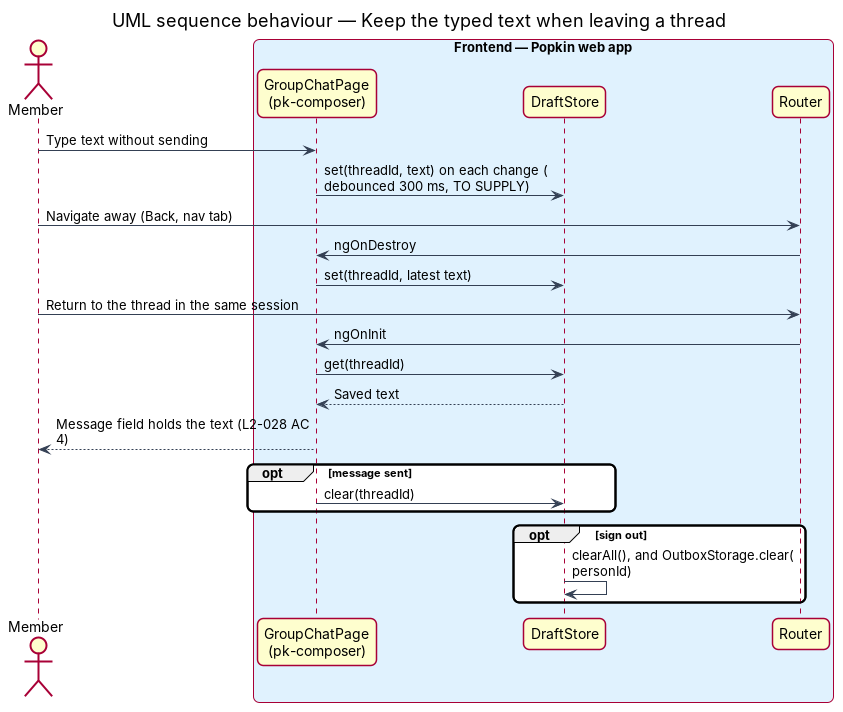
The PlantUML diagram docs/detailed-designs/chat/failed-messages/diagrams/sequence-keep-draft.png in QuinntyneBrown/popkin, before a commit. Its source is kept beside it as docs/detailed-designs/chat/failed-messages/diagrams/sequence-keep-draft.puml. Its diagram source:
```plantuml
@startuml
title UML sequence behaviour — Keep the typed text when leaving a thread
skinparam backgroundColor #FFFFFF
skinparam shadowing false
skinparam roundcorner 12
skinparam defaultFontName Arial
skinparam ArrowColor #344054
skinparam maxMessageSize 260
skinparam rectangle {
  BorderColor #344054
  FontColor #101828
}
skinparam package {
  BorderColor #667085
  FontColor #101828
  BackgroundColor #F9FAFB
}

actor "Member" as actor
box "Frontend — Popkin web app" #E0F2FE
  participant "GroupChatPage\n(pk-composer)" as page
  participant "DraftStore" as drafts
  participant "Router" as router
end box
actor -> page : Type text without sending
page -> drafts : set(threadId, text) on each change (debounced 300 ms, TO SUPPLY)
actor -> router : Navigate away (Back, nav tab)
router -> page : ngOnDestroy
page -> drafts : set(threadId, latest text)
actor -> router : Return to the thread in the same session
router -> page : ngOnInit
page -> drafts : get(threadId)
drafts --> page : Saved text
page --> actor : Message field holds the text (L2-028 AC4)
opt message sent
  page -> drafts : clear(threadId)
end
opt sign out
  drafts -> drafts : clearAll(), and OutboxStorage.clear(personId)
end
@enduml
```
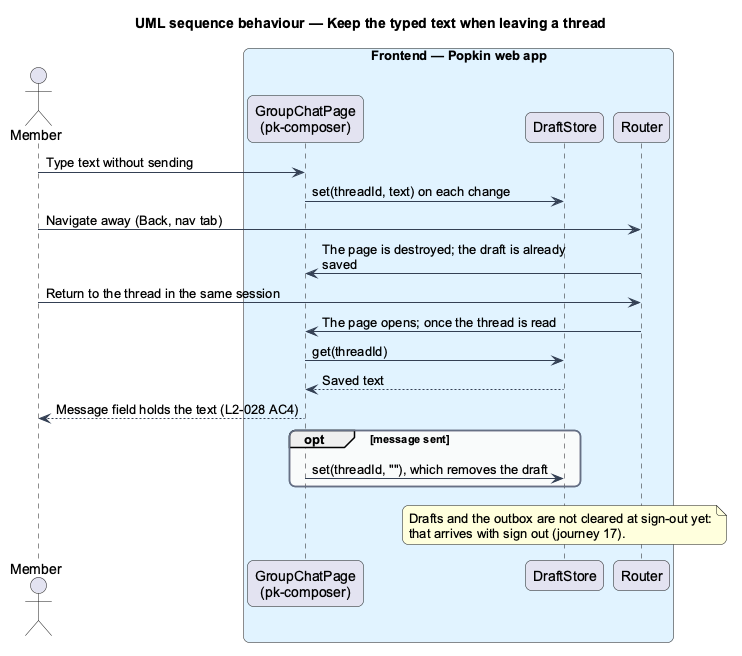
The same diagram one commit later.

What changed in the source:
```diff
@@ -23,19 +23,16 @@
   participant "Router" as router
 end box
 actor -> page : Type text without sending
-page -> drafts : set(threadId, text) on each change (debounced 300 ms, TO SUPPLY)
+page -> drafts : set(threadId, text) on each change
 actor -> router : Navigate away (Back, nav tab)
-router -> page : ngOnDestroy
-page -> drafts : set(threadId, latest text)
+router -> page : The page is destroyed; the draft is already saved
 actor -> router : Return to the thread in the same session
-router -> page : ngOnInit
+router -> page : The page opens; once the thread is read
 page -> drafts : get(threadId)
 drafts --> page : Saved text
 page --> actor : Message field holds the text (L2-028 AC4)
 opt message sent
-  page -> drafts : clear(threadId)
+  page -> drafts : set(threadId, ""), which removes the draft
 end
-opt sign out
-  drafts -> drafts : clearAll(), and OutboxStorage.clear(personId)
-end
+note over drafts : Drafts and the outbox are not cleared at sign-out yet:\nthat arrives with sign out (journey 17).
 @enduml
```
